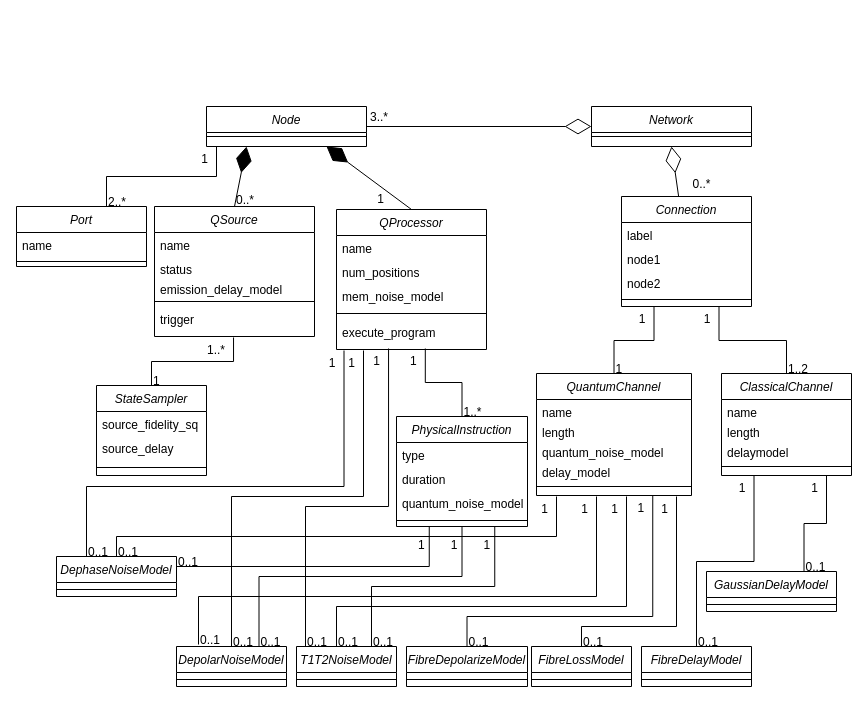
This is Diagramas/Clase/tec-network.drawio from davidpcuvigo/quantumcity, a draw.io file, before an edit. Source tidied: cells renumbered, new cells numbered last; positions are measured from the earlier drawing's top-left corner, leaving out a move shared by most shapes. Both pictures are drawn from the tidied source at 100%, with x=0, y=0 at pixel (16, 106).
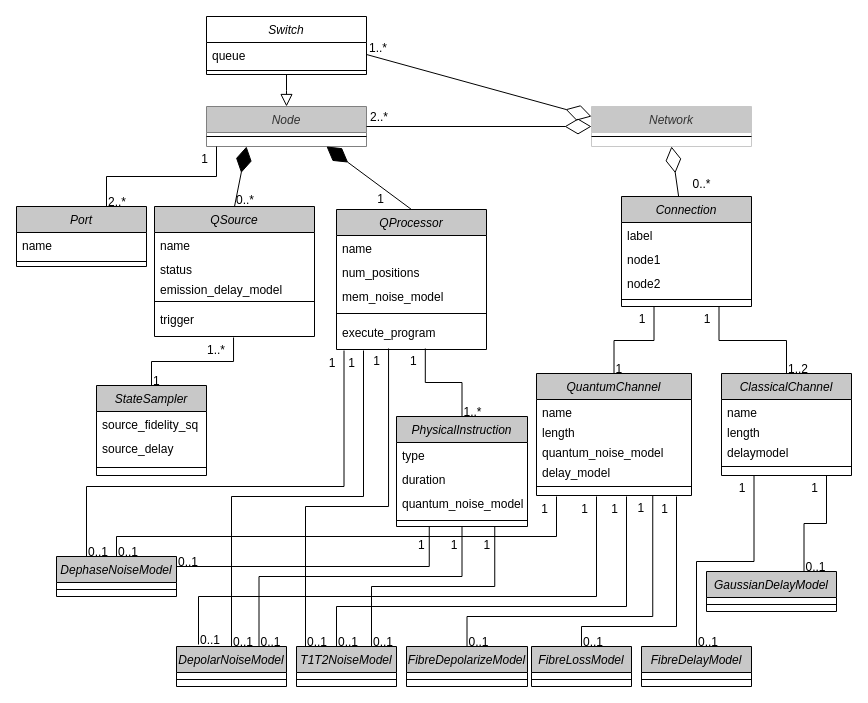
Above is the later version.

Diff of the diagram source:
```diff
@@
-    <mxCell id="2" value="Network" style="swimlane;fontStyle=2;align=center;verticalAlign=top;horizontal=1;startSize=26;rounded=0;shadow=0;strokeWidth=1;" parent="1" vertex="1">
+    <mxCell id="2" value="Network" style="swimlane;fontStyle=2;align=center;verticalAlign=top;horizontal=1;startSize=26;rounded=0;shadow=0;strokeWidth=1;fillColor=#c8c8c8;fontColor=#333333;strokeColor=#c8c8c8;" parent="1" vertex="1">
       <mxGeometry x="575" width="160" height="40" as="geometry" />
     </mxCell>
@@
-    <mxCell id="4" value="Node" style="swimlane;fontStyle=2;align=center;verticalAlign=top;horizontal=1;startSize=26;rounded=0;shadow=0;strokeWidth=1;" parent="1" vertex="1">
+    <mxCell id="4" value="Node" style="swimlane;fontStyle=2;align=center;verticalAlign=top;horizontal=1;startSize=26;rounded=0;shadow=0;strokeWidth=1;fillColor=#c8c8c8;fontColor=#333333;strokeColor=#808080;" parent="1" vertex="1">
       <mxGeometry x="190" width="160" height="40" as="geometry" />
     </mxCell>
@@
-    <mxCell id="7" value="QSource" style="swimlane;fontStyle=2;align=center;verticalAlign=top;horizontal=1;startSize=26;rounded=0;shadow=0;strokeWidth=1;" parent="1" vertex="1">
+    <mxCell id="7" value="QSource" style="swimlane;fontStyle=2;align=center;verticalAlign=top;horizontal=1;startSize=26;rounded=0;shadow=0;strokeWidth=1;fillColor=#c8c8c8;" parent="1" vertex="1">
       <mxGeometry x="138" y="100" width="160" height="130" as="geometry" />
     </mxCell>
@@
-    <mxCell id="13" value="QProcessor" style="swimlane;fontStyle=2;align=center;verticalAlign=top;horizontal=1;startSize=26;rounded=0;shadow=0;strokeWidth=1;" parent="1" vertex="1">
+    <mxCell id="13" value="QProcessor" style="swimlane;fontStyle=2;align=center;verticalAlign=top;horizontal=1;startSize=26;rounded=0;shadow=0;strokeWidth=1;fillColor=#c8c8c8;" parent="1" vertex="1">
       <mxGeometry x="320" y="103" width="150" height="140" as="geometry" />
     </mxCell>
@@
-    <mxCell id="21" value="Connection" style="swimlane;fontStyle=2;align=center;verticalAlign=top;horizontal=1;startSize=26;rounded=0;shadow=0;strokeWidth=1;" parent="1" vertex="1">
+    <mxCell id="21" value="Connection" style="swimlane;fontStyle=2;align=center;verticalAlign=top;horizontal=1;startSize=26;rounded=0;shadow=0;strokeWidth=1;fillColor=#c8c8c8;" parent="1" vertex="1">
       <mxGeometry x="605" y="90" width="130" height="110" as="geometry" />
     </mxCell>
@@
-    <mxCell id="27" value="ClassicalChannel" style="swimlane;fontStyle=2;align=center;verticalAlign=top;horizontal=1;startSize=26;rounded=0;shadow=0;strokeWidth=1;" parent="1" vertex="1">
+    <mxCell id="27" value="ClassicalChannel" style="swimlane;fontStyle=2;align=center;verticalAlign=top;horizontal=1;startSize=26;rounded=0;shadow=0;strokeWidth=1;fillColor=#c8c8c8;" parent="1" vertex="1">
       <mxGeometry x="705" y="267" width="130" height="102" as="geometry" />
     </mxCell>
@@
-    <mxCell id="32" value="QuantumChannel" style="swimlane;fontStyle=2;align=center;verticalAlign=top;horizontal=1;startSize=26;rounded=0;shadow=0;strokeWidth=1;" parent="1" vertex="1">
+    <mxCell id="32" value="QuantumChannel" style="swimlane;fontStyle=2;align=center;verticalAlign=top;horizontal=1;startSize=26;rounded=0;shadow=0;strokeWidth=1;fillColor=#c8c8c8;" parent="1" vertex="1">
       <mxGeometry x="520" y="267" width="155" height="122" as="geometry" />
     </mxCell>
@@
-    <mxCell id="47" value="Port" style="swimlane;fontStyle=2;align=center;verticalAlign=top;horizontal=1;startSize=26;rounded=0;shadow=0;strokeWidth=1;" parent="1" vertex="1">
+    <mxCell id="47" value="Port" style="swimlane;fontStyle=2;align=center;verticalAlign=top;horizontal=1;startSize=26;rounded=0;shadow=0;strokeWidth=1;fillColor=#c8c8c8;" parent="1" vertex="1">
       <mxGeometry y="100" width="130" height="60" as="geometry" />
     </mxCell>
@@
-    <mxCell id="53" value="StateSampler" style="swimlane;fontStyle=2;align=center;verticalAlign=top;horizontal=1;startSize=26;rounded=0;shadow=0;strokeWidth=1;" parent="1" vertex="1">
+    <mxCell id="53" value="StateSampler" style="swimlane;fontStyle=2;align=center;verticalAlign=top;horizontal=1;startSize=26;rounded=0;shadow=0;strokeWidth=1;fillColor=#c8c8c8;" parent="1" vertex="1">
       <mxGeometry x="80" y="279" width="110" height="90" as="geometry" />
     </mxCell>
@@
-    <mxCell id="60" value="PhysicalInstruction" style="swimlane;fontStyle=2;align=center;verticalAlign=top;horizontal=1;startSize=26;rounded=0;shadow=0;strokeWidth=1;" parent="1" vertex="1">
+    <mxCell id="60" value="PhysicalInstruction" style="swimlane;fontStyle=2;align=center;verticalAlign=top;horizontal=1;startSize=26;rounded=0;shadow=0;strokeWidth=1;fillColor=#c8c8c8;" parent="1" vertex="1">
       <mxGeometry x="380" y="310" width="131" height="110" as="geometry" />
     </mxCell>
@@
-    <mxCell id="68" value="FibreDelayModel" style="swimlane;fontStyle=2;align=center;verticalAlign=top;horizontal=1;startSize=26;rounded=0;shadow=0;strokeWidth=1;" parent="1" vertex="1">
+    <mxCell id="68" value="FibreDelayModel" style="swimlane;fontStyle=2;align=center;verticalAlign=top;horizontal=1;startSize=26;rounded=0;shadow=0;strokeWidth=1;fillColor=#c8c8c8;" parent="1" vertex="1">
       <mxGeometry x="625" y="540" width="110" height="40" as="geometry" />
     </mxCell>
@@
-    <mxCell id="70" value="GaussianDelayModel" style="swimlane;fontStyle=2;align=center;verticalAlign=top;horizontal=1;startSize=26;rounded=0;shadow=0;strokeWidth=1;" parent="1" vertex="1">
+    <mxCell id="70" value="GaussianDelayModel" style="swimlane;fontStyle=2;align=center;verticalAlign=top;horizontal=1;startSize=26;rounded=0;shadow=0;strokeWidth=1;fillColor=#c8c8c8;" parent="1" vertex="1">
       <mxGeometry x="690" y="465" width="130" height="40" as="geometry" />
     </mxCell>
@@
-    <mxCell id="78" value="DepolarNoiseModel" style="swimlane;fontStyle=2;align=center;verticalAlign=top;horizontal=1;startSize=26;rounded=0;shadow=0;strokeWidth=1;" parent="1" vertex="1">
+    <mxCell id="78" value="DepolarNoiseModel" style="swimlane;fontStyle=2;align=center;verticalAlign=top;horizontal=1;startSize=26;rounded=0;shadow=0;strokeWidth=1;fillColor=#c8c8c8;" parent="1" vertex="1">
       <mxGeometry x="160" y="540" width="110" height="40" as="geometry" />
     </mxCell>
@@
-    <mxCell id="80" value="FibreDepolarizeModel" style="swimlane;fontStyle=2;align=center;verticalAlign=top;horizontal=1;startSize=26;rounded=0;shadow=0;strokeWidth=1;" parent="1" vertex="1">
+    <mxCell id="80" value="FibreDepolarizeModel" style="swimlane;fontStyle=2;align=center;verticalAlign=top;horizontal=1;startSize=26;rounded=0;shadow=0;strokeWidth=1;fillColor=#c8c8c8;" parent="1" vertex="1">
       <mxGeometry x="390" y="540" width="121" height="40" as="geometry" />
     </mxCell>
@@
-    <mxCell id="82" value="DephaseNoiseModel" style="swimlane;fontStyle=2;align=center;verticalAlign=top;horizontal=1;startSize=26;rounded=0;shadow=0;strokeWidth=1;" parent="1" vertex="1">
+    <mxCell id="82" value="DephaseNoiseModel" style="swimlane;fontStyle=2;align=center;verticalAlign=top;horizontal=1;startSize=26;rounded=0;shadow=0;strokeWidth=1;fillColor=#c8c8c8;" parent="1" vertex="1">
       <mxGeometry x="40" y="450" width="120" height="40" as="geometry" />
     </mxCell>
@@
-    <mxCell id="84" value="FibreLossModel" style="swimlane;fontStyle=2;align=center;verticalAlign=top;horizontal=1;startSize=26;rounded=0;shadow=0;strokeWidth=1;" parent="1" vertex="1">
+    <mxCell id="84" value="FibreLossModel" style="swimlane;fontStyle=2;align=center;verticalAlign=top;horizontal=1;startSize=26;rounded=0;shadow=0;strokeWidth=1;fillColor=#c8c8c8;" parent="1" vertex="1">
       <mxGeometry x="515" y="540" width="100" height="40" as="geometry" />
     </mxCell>
@@
-    <mxCell id="86" value="T1T2NoiseModel" style="swimlane;fontStyle=2;align=center;verticalAlign=top;horizontal=1;startSize=26;rounded=0;shadow=0;strokeWidth=1;" parent="1" vertex="1">
+    <mxCell id="86" value="T1T2NoiseModel" style="swimlane;fontStyle=2;align=center;verticalAlign=top;horizontal=1;startSize=26;rounded=0;shadow=0;strokeWidth=1;fillColor=#c8c8c8;" parent="1" vertex="1">
       <mxGeometry x="280" y="540" width="100" height="40" as="geometry" />
     </mxCell>
@@
-    <mxCell id="109" value="3..*" style="align=left;verticalAlign=bottom;labelBackgroundColor=none;fontSize=12;" parent="1" vertex="1">
+    <mxCell id="109" value="2..*" style="align=left;verticalAlign=bottom;labelBackgroundColor=none;fontSize=12;" parent="1" vertex="1">
       <mxGeometry x="352" y="13" as="geometry">
         <mxPoint y="6" as="offset" />
       </mxGeometry>
     </mxCell>
@@
+    <mxCell id="122" value="Switch" style="swimlane;fontStyle=2;align=center;verticalAlign=top;horizontal=1;startSize=26;rounded=0;shadow=0;strokeWidth=1;" parent="1" vertex="1">
+      <mxGeometry x="190" y="-90" width="160" height="58" as="geometry" />
+    </mxCell>
+    <mxCell id="123" value="queue" style="text;align=left;verticalAlign=top;spacingLeft=4;spacingRight=4;overflow=hidden;points=[[0,0.5],[1,0.5]];portConstraint=eastwest;" parent="122" vertex="1">
+      <mxGeometry y="26" width="160" height="24" as="geometry" />
+    </mxCell>
+    <mxCell id="124" style="line;html=1;strokeWidth=1;align=left;verticalAlign=middle;spacingTop=-1;spacingLeft=3;spacingRight=3;labelPosition=right;" parent="122" vertex="1">
+      <mxGeometry y="50" width="160" height="8" as="geometry" />
+    </mxCell>
+    <mxCell id="125" style="endArrow=diamondThin;endFill=0;endSize=24;html=1;rounded=0;entryX=0;entryY=0.25;entryDx=0;entryDy=0;exitX=1;exitY=0.5;exitDx=0;exitDy=0;" parent="1" edge="1" source="123" target="2">
+      <mxGeometry relative="1" as="geometry" />
+    </mxCell>
+    <mxCell id="126" value="1..*" style="align=left;verticalAlign=bottom;labelBackgroundColor=none;fontSize=12;" parent="1" vertex="1">
+      <mxGeometry x="351" y="-56" as="geometry">
+        <mxPoint y="6" as="offset" />
+      </mxGeometry>
+    </mxCell>
+    <mxCell id="127" style="endArrow=block;endSize=10;endFill=0;shadow=0;strokeWidth=1;rounded=0;curved=0;edgeStyle=elbowEdgeStyle;elbow=vertical;exitX=0.5;exitY=1;exitDx=0;exitDy=0;entryX=0.5;entryY=0;entryDx=0;entryDy=0;" parent="1" edge="1" source="122" target="4">
+      <mxGeometry relative="1" as="geometry" />
+    </mxCell>
```
